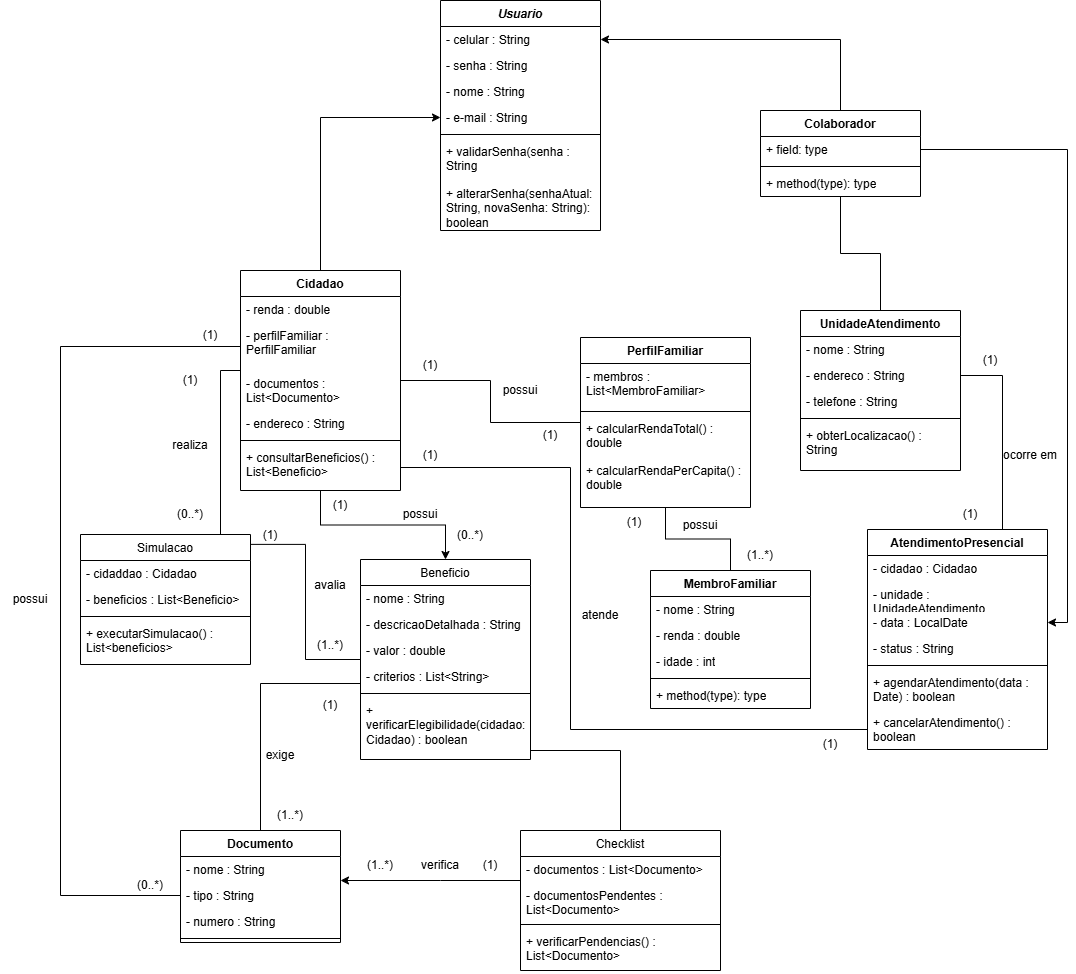
Above: docs/imagens/diagramas/diagrama_de_classes.png in ICEI-PUC-Minas-PMV-SI/pmv-si-2026-1-pe3-t2-guiacidadao (draw.io), before the change. Source tidied: cells renumbered, new cells last; positions are measured from the earlier drawing's top-left corner, leaving out a move shared by most shapes.
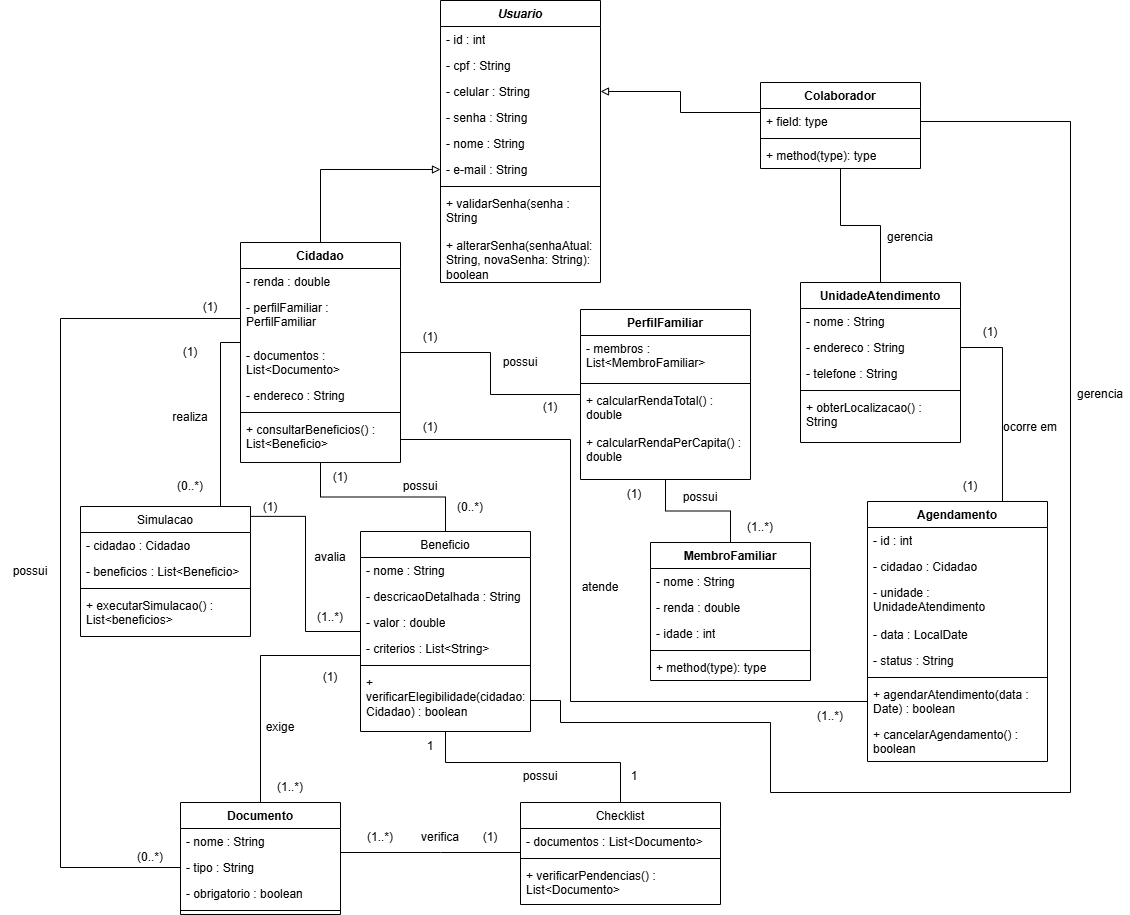
The same file after the commit.

Commit message:
fix: corrigir Diagrama De Classes

What changed in the source:
```diff
@@ -3,28 +3,34 @@
     <mxCell id="0" />
     <mxCell id="1" parent="0" />
     <mxCell id="2" value="&lt;i&gt;Usuario&lt;/i&gt;" style="swimlane;fontStyle=1;align=center;verticalAlign=top;horizontal=1;startSize=26;whiteSpace=wrap;html=1;" parent="1" vertex="1">
-      <mxGeometry x="440" width="160" height="230" as="geometry" />
+      <mxGeometry x="440" y="28" width="160" height="282" as="geometry" />
     </mxCell>
+    <mxCell id="113" value="- id : int" style="text;strokeColor=none;fillColor=none;align=left;verticalAlign=top;spacingLeft=4;spacingRight=4;overflow=hidden;whiteSpace=wrap;html=1;" parent="2" vertex="1">
+      <mxGeometry y="26" width="160" height="26" as="geometry" />
+    </mxCell>
+    <mxCell id="114" value="- cpf : String" style="text;strokeColor=none;fillColor=none;align=left;verticalAlign=top;spacingLeft=4;spacingRight=4;overflow=hidden;whiteSpace=wrap;html=1;" parent="2" vertex="1">
+      <mxGeometry y="52" width="160" height="26" as="geometry" />
+    </mxCell>
     <mxCell id="3" value="- celular : String" style="text;strokeColor=none;fillColor=none;align=left;verticalAlign=top;spacingLeft=4;spacingRight=4;overflow=hidden;points=[[0,0.5],[1,0.5]];portConstraint=eastwest;whiteSpace=wrap;html=1;" parent="2" vertex="1">
-      <mxGeometry y="26" width="160" height="26" as="geometry" />
+      <mxGeometry y="78" width="160" height="26" as="geometry" />
     </mxCell>
     <mxCell id="4" value="- senha : String" style="text;strokeColor=none;fillColor=none;align=left;verticalAlign=top;spacingLeft=4;spacingRight=4;overflow=hidden;whiteSpace=wrap;html=1;" parent="2" vertex="1">
-      <mxGeometry y="52" width="160" height="26" as="geometry" />
+      <mxGeometry y="104" width="160" height="26" as="geometry" />
     </mxCell>
     <mxCell id="5" value="- nome : String" style="text;strokeColor=none;fillColor=none;align=left;verticalAlign=top;spacingLeft=4;spacingRight=4;overflow=hidden;whiteSpace=wrap;html=1;" parent="2" vertex="1">
-      <mxGeometry y="78" width="160" height="26" as="geometry" />
+      <mxGeometry y="130" width="160" height="26" as="geometry" />
     </mxCell>
     <mxCell id="6" value="- e-mail : String" style="text;strokeColor=none;fillColor=none;align=left;verticalAlign=top;spacingLeft=4;spacingRight=4;overflow=hidden;points=[[0,0.5],[1,0.5]];portConstraint=eastwest;whiteSpace=wrap;html=1;" parent="2" vertex="1">
-      <mxGeometry y="104" width="160" height="26" as="geometry" />
+      <mxGeometry y="156" width="160" height="26" as="geometry" />
     </mxCell>
     <mxCell id="7" style="line;strokeWidth=1;fillColor=none;align=left;verticalAlign=middle;spacingTop=-1;spacingLeft=3;spacingRight=3;labelPosition=right;strokeColor=inherit;" parent="2" vertex="1">
-      <mxGeometry y="130" width="160" height="8" as="geometry" />
+      <mxGeometry y="182" width="160" height="8" as="geometry" />
     </mxCell>
     <mxCell id="8" value="+ validarSenha(senha : String" style="text;strokeColor=none;fillColor=none;align=left;verticalAlign=top;spacingLeft=4;spacingRight=4;overflow=hidden;whiteSpace=wrap;html=1;" parent="2" vertex="1">
-      <mxGeometry y="138" width="160" height="42" as="geometry" />
+      <mxGeometry y="190" width="160" height="42" as="geometry" />
     </mxCell>
     <mxCell id="9" value="+ alterarSenha(senhaAtual: String, novaSenha: String): boolean" style="text;strokeColor=none;fillColor=none;align=left;verticalAlign=top;spacingLeft=4;spacingRight=4;overflow=hidden;whiteSpace=wrap;html=1;" parent="2" vertex="1">
-      <mxGeometry y="180" width="160" height="50" as="geometry" />
+      <mxGeometry y="232" width="160" height="50" as="geometry" />
     </mxCell>
     <mxCell id="10" style="edgeStyle=orthogonalEdgeStyle;rounded=0;jettySize=auto;html=1;entryX=0.5;entryY=0;entryDx=0;entryDy=0;endArrow=none;endFill=0;" parent="1" edge="1" source="15" target="64">
       <mxGeometry relative="1" as="geometry">
@@ -39,10 +45,10 @@
     <mxCell id="12" style="edgeStyle=orthogonalEdgeStyle;rounded=0;jettySize=auto;html=1;startArrow=none;startFill=0;endArrow=none;endFill=0;exitX=0.997;exitY=0.076;exitDx=0;exitDy=0;exitPerimeter=0;" parent="1" edge="1" source="64" target="40">
       <mxGeometry relative="1" as="geometry" />
     </mxCell>
-    <mxCell id="13" style="edgeStyle=orthogonalEdgeStyle;rounded=0;jettySize=auto;html=1;" parent="1" edge="1" source="15" target="40">
+    <mxCell id="13" style="edgeStyle=orthogonalEdgeStyle;rounded=0;jettySize=auto;html=1;endArrow=none;endFill=0;" parent="1" edge="1" source="15" target="40">
       <mxGeometry relative="1" as="geometry" />
     </mxCell>
-    <mxCell id="14" style="edgeStyle=orthogonalEdgeStyle;rounded=0;jettySize=auto;html=1;" parent="1" edge="1" source="15" target="6">
+    <mxCell id="14" style="edgeStyle=orthogonalEdgeStyle;rounded=0;jettySize=auto;html=1;endArrow=block;endFill=0;" parent="1" edge="1" source="15" target="6">
       <mxGeometry relative="1" as="geometry" />
     </mxCell>
     <mxCell id="15" value="Cidadao" style="swimlane;fontStyle=1;align=center;verticalAlign=top;horizontal=1;startSize=26;whiteSpace=wrap;html=1;" parent="1" vertex="1">
@@ -66,8 +72,13 @@
     <mxCell id="21" value="+ consultarBeneficios() : List&amp;lt;Beneficio&amp;gt;" style="text;strokeColor=none;fillColor=none;align=left;verticalAlign=top;spacingLeft=4;spacingRight=4;overflow=hidden;points=[[0,0.5],[1,0.5]];portConstraint=eastwest;whiteSpace=wrap;html=1;" parent="15" vertex="1">
       <mxGeometry y="174" width="160" height="46" as="geometry" />
     </mxCell>
-    <mxCell id="22" style="edgeStyle=orthogonalEdgeStyle;rounded=0;jettySize=auto;html=1;entryX=1;entryY=0.5;entryDx=0;entryDy=0;" parent="1" edge="1" source="23" target="3">
-      <mxGeometry relative="1" as="geometry" />
+    <mxCell id="22" style="edgeStyle=orthogonalEdgeStyle;rounded=0;jettySize=auto;html=1;entryX=1;entryY=0.5;entryDx=0;entryDy=0;startArrow=none;startFill=0;endArrow=block;endFill=0;" parent="1" edge="1" source="23" target="3">
+      <mxGeometry relative="1" as="geometry">
+        <Array as="points">
+          <mxPoint x="680" y="140" />
+          <mxPoint x="680" y="119" />
+        </Array>
+      </mxGeometry>
     </mxCell>
     <mxCell id="23" value="Colaborador" style="swimlane;fontStyle=1;align=center;verticalAlign=top;horizontal=1;startSize=26;whiteSpace=wrap;html=1;" parent="1" vertex="1">
       <mxGeometry x="760" y="110" width="160" height="86" as="geometry" />
@@ -173,13 +184,13 @@
     <mxCell id="55" value="- tipo : String" style="text;strokeColor=none;fillColor=none;align=left;verticalAlign=top;spacingLeft=4;spacingRight=4;overflow=hidden;points=[[0,0.5],[1,0.5]];portConstraint=eastwest;whiteSpace=wrap;html=1;" parent="53" vertex="1">
       <mxGeometry y="52" width="160" height="26" as="geometry" />
     </mxCell>
-    <mxCell id="56" value="- numero : String" style="text;strokeColor=none;fillColor=none;align=left;verticalAlign=top;spacingLeft=4;spacingRight=4;overflow=hidden;whiteSpace=wrap;html=1;" parent="53" vertex="1">
+    <mxCell id="56" value="- obrigatorio : boolean" style="text;strokeColor=none;fillColor=none;align=left;verticalAlign=top;spacingLeft=4;spacingRight=4;overflow=hidden;whiteSpace=wrap;html=1;" parent="53" vertex="1">
       <mxGeometry y="78" width="160" height="26" as="geometry" />
     </mxCell>
     <mxCell id="57" style="line;strokeWidth=1;fillColor=none;align=left;verticalAlign=middle;spacingTop=-1;spacingLeft=3;spacingRight=3;labelPosition=right;strokeColor=inherit;" parent="53" vertex="1">
       <mxGeometry y="104" width="160" height="8" as="geometry" />
     </mxCell>
-    <mxCell id="58" style="edgeStyle=orthogonalEdgeStyle;rounded=0;jettySize=auto;html=1;" parent="1" edge="1" source="59" target="53">
+    <mxCell id="58" style="edgeStyle=orthogonalEdgeStyle;rounded=0;jettySize=auto;html=1;endArrow=none;endFill=0;" parent="1" edge="1" source="59" target="53">
       <mxGeometry relative="1" as="geometry">
         <Array as="points">
           <mxPoint x="440" y="880" />
@@ -188,24 +199,21 @@
       </mxGeometry>
     </mxCell>
     <mxCell id="59" value="&lt;span style=&quot;font-weight: 400;&quot;&gt;Checklist&lt;/span&gt;" style="swimlane;fontStyle=1;align=center;verticalAlign=top;horizontal=1;startSize=26;whiteSpace=wrap;html=1;" parent="1" vertex="1">
-      <mxGeometry x="520" y="830" width="200" height="140" as="geometry" />
+      <mxGeometry x="520" y="830" width="200" height="102" as="geometry" />
     </mxCell>
     <mxCell id="60" value="- documentos : List&amp;lt;Documento&amp;gt;" style="text;strokeColor=none;fillColor=none;align=left;verticalAlign=top;spacingLeft=4;spacingRight=4;overflow=hidden;whiteSpace=wrap;html=1;" parent="59" vertex="1">
       <mxGeometry y="26" width="200" height="26" as="geometry" />
     </mxCell>
-    <mxCell id="61" value="- documentosPendentes : List&amp;lt;Documento&amp;gt;" style="text;strokeColor=none;fillColor=none;align=left;verticalAlign=top;spacingLeft=4;spacingRight=4;overflow=hidden;whiteSpace=wrap;html=1;" parent="59" vertex="1">
-      <mxGeometry y="52" width="200" height="38" as="geometry" />
-    </mxCell>
     <mxCell id="62" style="line;strokeWidth=1;fillColor=none;align=left;verticalAlign=middle;spacingTop=-1;spacingLeft=3;spacingRight=3;labelPosition=right;strokeColor=inherit;" parent="59" vertex="1">
-      <mxGeometry y="90" width="200" height="8" as="geometry" />
+      <mxGeometry y="52" width="200" height="8" as="geometry" />
     </mxCell>
     <mxCell id="63" value="+ verificarPendencias() : List&amp;lt;Documento&amp;gt;" style="text;strokeColor=none;fillColor=none;align=left;verticalAlign=top;spacingLeft=4;spacingRight=4;overflow=hidden;whiteSpace=wrap;html=1;" parent="59" vertex="1">
-      <mxGeometry y="98" width="200" height="42" as="geometry" />
+      <mxGeometry y="60" width="200" height="42" as="geometry" />
     </mxCell>
     <mxCell id="64" value="&lt;span style=&quot;font-weight: 400;&quot;&gt;Simulacao&lt;/span&gt;" style="swimlane;fontStyle=1;align=center;verticalAlign=top;horizontal=1;startSize=26;whiteSpace=wrap;html=1;" parent="1" vertex="1">
       <mxGeometry x="80" y="534" width="170" height="130" as="geometry" />
     </mxCell>
-    <mxCell id="65" value="- cidaddao : Cidadao" style="text;strokeColor=none;fillColor=none;align=left;verticalAlign=top;spacingLeft=4;spacingRight=4;overflow=hidden;whiteSpace=wrap;html=1;" parent="64" vertex="1">
+    <mxCell id="65" value="- cidadao : Cidadao" style="text;strokeColor=none;fillColor=none;align=left;verticalAlign=top;spacingLeft=4;spacingRight=4;overflow=hidden;whiteSpace=wrap;html=1;" parent="64" vertex="1">
       <mxGeometry y="26" width="170" height="26" as="geometry" />
     </mxCell>
     <mxCell id="66" value="- beneficios : List&amp;lt;Beneficio&amp;gt;" style="text;strokeColor=none;fillColor=none;align=left;verticalAlign=top;spacingLeft=4;spacingRight=4;overflow=hidden;whiteSpace=wrap;html=1;" parent="64" vertex="1">
@@ -217,29 +225,32 @@
     <mxCell id="68" value="+ executarSimulacao() : List&amp;lt;beneficios&amp;gt;" style="text;strokeColor=none;fillColor=none;align=left;verticalAlign=top;spacingLeft=4;spacingRight=4;overflow=hidden;whiteSpace=wrap;html=1;" parent="64" vertex="1">
       <mxGeometry y="86" width="170" height="44" as="geometry" />
     </mxCell>
-    <mxCell id="69" value="AtendimentoPresencial" style="swimlane;fontStyle=1;align=center;verticalAlign=top;horizontal=1;startSize=26;whiteSpace=wrap;html=1;" parent="1" vertex="1">
-      <mxGeometry x="867" y="529" width="180" height="220" as="geometry" />
+    <mxCell id="69" value="Agendamento" style="swimlane;fontStyle=1;align=center;verticalAlign=top;horizontal=1;startSize=26;whiteSpace=wrap;html=1;" parent="1" vertex="1">
+      <mxGeometry x="867" y="529" width="180" height="260" as="geometry" />
     </mxCell>
-    <mxCell id="70" value="- cidadao : Cidadao" style="text;strokeColor=none;fillColor=none;align=left;verticalAlign=top;spacingLeft=4;spacingRight=4;overflow=hidden;whiteSpace=wrap;html=1;" parent="69" vertex="1">
+    <mxCell id="70" value="- id : int" style="text;strokeColor=none;fillColor=none;align=left;verticalAlign=top;spacingLeft=4;spacingRight=4;overflow=hidden;whiteSpace=wrap;html=1;" parent="69" vertex="1">
       <mxGeometry y="26" width="180" height="26" as="geometry" />
     </mxCell>
+    <mxCell id="115" value="- cidadao : Cidadao" style="text;strokeColor=none;fillColor=none;align=left;verticalAlign=top;spacingLeft=4;spacingRight=4;overflow=hidden;whiteSpace=wrap;html=1;" parent="69" vertex="1">
+      <mxGeometry y="52" width="180" height="26" as="geometry" />
+    </mxCell>
     <mxCell id="71" value="- unidade : UnidadeAtendimento" style="text;strokeColor=none;fillColor=none;align=left;verticalAlign=top;spacingLeft=4;spacingRight=4;overflow=hidden;whiteSpace=wrap;html=1;" parent="69" vertex="1">
-      <mxGeometry y="52" width="180" height="28" as="geometry" />
+      <mxGeometry y="78" width="180" height="42" as="geometry" />
     </mxCell>
     <mxCell id="72" value="- data : LocalDate" style="text;strokeColor=none;fillColor=none;align=left;verticalAlign=top;spacingLeft=4;spacingRight=4;overflow=hidden;points=[[0,0.5],[1,0.5]];portConstraint=eastwest;whiteSpace=wrap;html=1;" parent="69" vertex="1">
-      <mxGeometry y="80" width="180" height="26" as="geometry" />
+      <mxGeometry y="120" width="180" height="26" as="geometry" />
     </mxCell>
     <mxCell id="73" value="- status : String" style="text;strokeColor=none;fillColor=none;align=left;verticalAlign=top;spacingLeft=4;spacingRight=4;overflow=hidden;whiteSpace=wrap;html=1;" parent="69" vertex="1">
-      <mxGeometry y="106" width="180" height="26" as="geometry" />
+      <mxGeometry y="146" width="180" height="26" as="geometry" />
     </mxCell>
     <mxCell id="74" style="line;strokeWidth=1;fillColor=none;align=left;verticalAlign=middle;spacingTop=-1;spacingLeft=3;spacingRight=3;labelPosition=right;strokeColor=inherit;" parent="69" vertex="1">
-      <mxGeometry y="132" width="180" height="8" as="geometry" />
+      <mxGeometry y="172" width="180" height="8" as="geometry" />
     </mxCell>
     <mxCell id="75" value="+ agendarAtendimento(data : Date) : boolean" style="text;strokeColor=none;fillColor=none;align=left;verticalAlign=top;spacingLeft=4;spacingRight=4;overflow=hidden;whiteSpace=wrap;html=1;" parent="69" vertex="1">
-      <mxGeometry y="140" width="180" height="40" as="geometry" />
+      <mxGeometry y="180" width="180" height="40" as="geometry" />
     </mxCell>
-    <mxCell id="76" value="+ cancelarAtendimento() : boolean" style="text;strokeColor=none;fillColor=none;align=left;verticalAlign=top;spacingLeft=4;spacingRight=4;overflow=hidden;points=[[0,0.5],[1,0.5]];portConstraint=eastwest;whiteSpace=wrap;html=1;" parent="69" vertex="1">
-      <mxGeometry y="180" width="180" height="40" as="geometry" />
+    <mxCell id="76" value="+ cancelarAgendamento() : boolean" style="text;strokeColor=none;fillColor=none;align=left;verticalAlign=top;spacingLeft=4;spacingRight=4;overflow=hidden;points=[[0,0.5],[1,0.5]];portConstraint=eastwest;whiteSpace=wrap;html=1;" parent="69" vertex="1">
+      <mxGeometry y="220" width="180" height="40" as="geometry" />
     </mxCell>
     <mxCell id="77" style="edgeStyle=orthogonalEdgeStyle;rounded=0;jettySize=auto;html=1;endArrow=none;endFill=0;" parent="1" edge="1" source="23" target="47">
       <mxGeometry relative="1" as="geometry" />
@@ -247,13 +258,11 @@
     <mxCell id="78" style="edgeStyle=orthogonalEdgeStyle;rounded=0;jettySize=auto;html=1;endArrow=none;endFill=0;" parent="1" edge="1" source="46" target="59">
       <mxGeometry relative="1" as="geometry">
         <Array as="points">
-          <mxPoint x="620" y="750" />
+          <mxPoint x="445" y="790" />
+          <mxPoint x="620" y="790" />
         </Array>
       </mxGeometry>
     </mxCell>
-    <mxCell id="79" style="edgeStyle=orthogonalEdgeStyle;rounded=0;jettySize=auto;html=1;entryX=1;entryY=0.5;entryDx=0;entryDy=0;" parent="1" edge="1" source="24" target="72">
-      <mxGeometry relative="1" as="geometry" />
-    </mxCell>
     <mxCell id="80" style="edgeStyle=orthogonalEdgeStyle;rounded=0;jettySize=auto;html=1;entryX=0.75;entryY=0;entryDx=0;entryDy=0;endArrow=none;endFill=0;" parent="1" edge="1" source="49" target="69">
       <mxGeometry relative="1" as="geometry" />
     </mxCell>
@@ -313,7 +322,7 @@
     <mxCell id="97" value="atende" style="text;html=1;whiteSpace=wrap;strokeColor=none;fillColor=none;align=center;verticalAlign=middle;rounded=0;" parent="1" vertex="1">
       <mxGeometry x="570" y="600" width="60" height="30" as="geometry" />
     </mxCell>
-    <mxCell id="98" value="(1)" style="text;html=1;whiteSpace=wrap;strokeColor=none;fillColor=none;align=center;verticalAlign=middle;rounded=0;" parent="1" vertex="1">
+    <mxCell id="98" value="(1..*)" style="text;html=1;whiteSpace=wrap;strokeColor=none;fillColor=none;align=center;verticalAlign=middle;rounded=0;" parent="1" vertex="1">
       <mxGeometry x="800" y="729" width="60" height="30" as="geometry" />
     </mxCell>
     <mxCell id="99" value="(1)" style="text;html=1;whiteSpace=wrap;strokeColor=none;fillColor=none;align=center;verticalAlign=middle;rounded=0;" parent="1" vertex="1">
@@ -363,5 +372,32 @@
         </Array>
       </mxGeometry>
     </mxCell>
+    <mxCell id="116" value="gerencia" style="text;html=1;whiteSpace=wrap;strokeColor=none;fillColor=none;align=center;verticalAlign=middle;rounded=0;" parent="1" vertex="1">
+      <mxGeometry x="880" y="250" width="60" height="30" as="geometry" />
+    </mxCell>
+    <mxCell id="117" value="1" style="text;html=1;whiteSpace=wrap;strokeColor=none;fillColor=none;align=center;verticalAlign=middle;rounded=0;" parent="1" vertex="1">
+      <mxGeometry x="400" y="759" width="60" height="30" as="geometry" />
+    </mxCell>
+    <mxCell id="118" value="1" style="text;html=1;whiteSpace=wrap;strokeColor=none;fillColor=none;align=center;verticalAlign=middle;rounded=0;" parent="1" vertex="1">
+      <mxGeometry x="604" y="789" width="60" height="30" as="geometry" />
+    </mxCell>
+    <mxCell id="119" value="possui" style="text;html=1;whiteSpace=wrap;strokeColor=none;fillColor=none;align=center;verticalAlign=middle;rounded=0;" parent="1" vertex="1">
+      <mxGeometry x="510" y="789" width="60" height="30" as="geometry" />
+    </mxCell>
+    <mxCell id="120" style="edgeStyle=orthogonalEdgeStyle;rounded=0;jettySize=auto;html=1;entryX=1;entryY=0.5;entryDx=0;entryDy=0;endArrow=none;endFill=0;" parent="1" edge="1" source="24" target="46">
+      <mxGeometry relative="1" as="geometry">
+        <Array as="points">
+          <mxPoint x="1070" y="149" />
+          <mxPoint x="1070" y="820" />
+          <mxPoint x="770" y="820" />
+          <mxPoint x="770" y="750" />
+          <mxPoint x="560" y="750" />
+          <mxPoint x="560" y="728" />
+        </Array>
+      </mxGeometry>
+    </mxCell>
+    <mxCell id="121" value="gerencia" style="text;html=1;whiteSpace=wrap;strokeColor=none;fillColor=none;align=center;verticalAlign=middle;rounded=0;" parent="1" vertex="1">
+      <mxGeometry x="1070" y="407" width="60" height="30" as="geometry" />
+    </mxCell>
   </root>
 </mxGraphModel>
```
